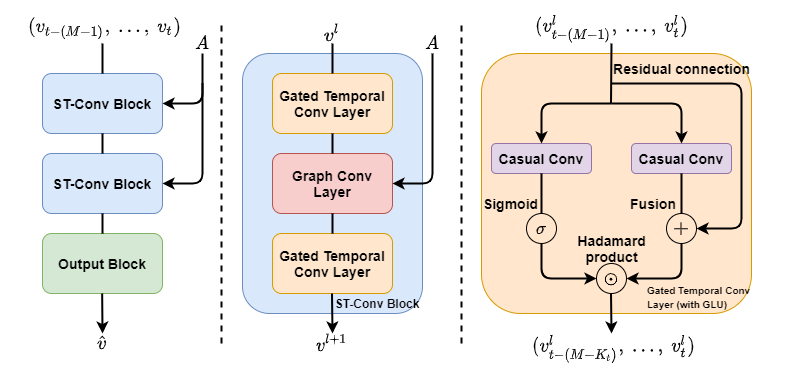
hazdzz/STGCN keeps this draw.io diagram as figure/stgcn_model_structure.png. Above is the earlier version. Source tidied: cells renumbered, new cells last; positions are measured from the earlier drawing's top-left corner, leaving out a move shared by most shapes.
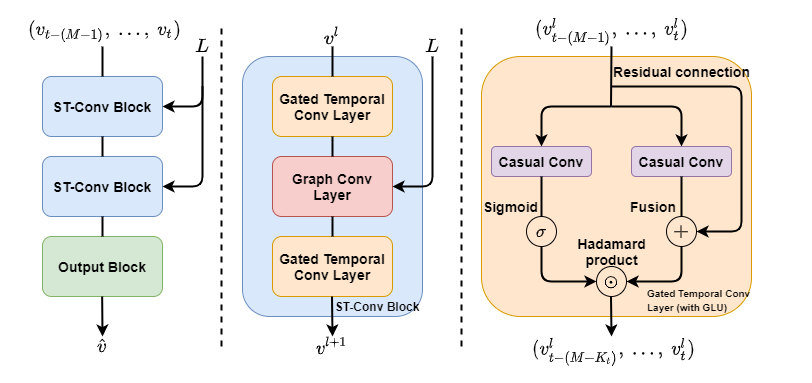
The same diagram one commit later.

Commit message:
fix the figure of model

Diff of the diagram source:
```diff
@@ -65,7 +65,7 @@
     <mxCell id="16" value="&lt;b&gt;&lt;font style=&quot;font-size: 16px&quot;&gt;$$(v_{t-(M-1)},\ ...,\ v_t)$$&lt;/font&gt;&lt;/b&gt;" style="text;html=1;strokeColor=none;fillColor=none;align=center;verticalAlign=middle;whiteSpace=wrap;rounded=0;" parent="2" vertex="1">
       <mxGeometry x="26" width="115" height="30" as="geometry" />
     </mxCell>
-    <mxCell id="17" value="&lt;b&gt;&lt;font style=&quot;font-size: 16px&quot;&gt;$$A$$&lt;/font&gt;&lt;/b&gt;" style="text;html=1;strokeColor=none;fillColor=none;align=center;verticalAlign=middle;whiteSpace=wrap;rounded=0;" parent="2" vertex="1">
+    <mxCell id="17" value="&lt;b&gt;&lt;font style=&quot;font-size: 16px&quot;&gt;$$L$$&lt;/font&gt;&lt;/b&gt;" style="text;html=1;strokeColor=none;fillColor=none;align=center;verticalAlign=middle;whiteSpace=wrap;rounded=0;" parent="2" vertex="1">
       <mxGeometry x="161" y="20" width="40" height="20" as="geometry" />
     </mxCell>
     <mxCell id="18" value="&lt;b&gt;&lt;font style=&quot;font-size: 16px&quot;&gt;$$\hat{v}$$&lt;/font&gt;&lt;/b&gt;" style="text;html=1;strokeColor=none;fillColor=none;align=center;verticalAlign=middle;whiteSpace=wrap;rounded=0;" parent="2" vertex="1">
@@ -105,7 +105,7 @@
         </Array>
       </mxGeometry>
     </mxCell>
-    <mxCell id="27" value="&lt;b&gt;&lt;font style=&quot;font-size: 16px&quot;&gt;$$A$$&lt;/font&gt;&lt;/b&gt;" style="text;html=1;strokeColor=none;fillColor=none;align=center;verticalAlign=middle;whiteSpace=wrap;rounded=0;" parent="2" vertex="1">
+    <mxCell id="27" value="&lt;b&gt;&lt;font style=&quot;font-size: 16px&quot;&gt;$$L$$&lt;/font&gt;&lt;/b&gt;" style="text;html=1;strokeColor=none;fillColor=none;align=center;verticalAlign=middle;whiteSpace=wrap;rounded=0;" parent="2" vertex="1">
       <mxGeometry x="391" y="20" width="40" height="20" as="geometry" />
     </mxCell>
     <mxCell id="28" value="&lt;b&gt;&lt;font style=&quot;font-size: 16px&quot;&gt;$$v^{l+1}$$&lt;/font&gt;&lt;/b&gt;" style="text;html=1;strokeColor=none;fillColor=none;align=center;verticalAlign=middle;whiteSpace=wrap;rounded=0;" parent="2" vertex="1">
```
